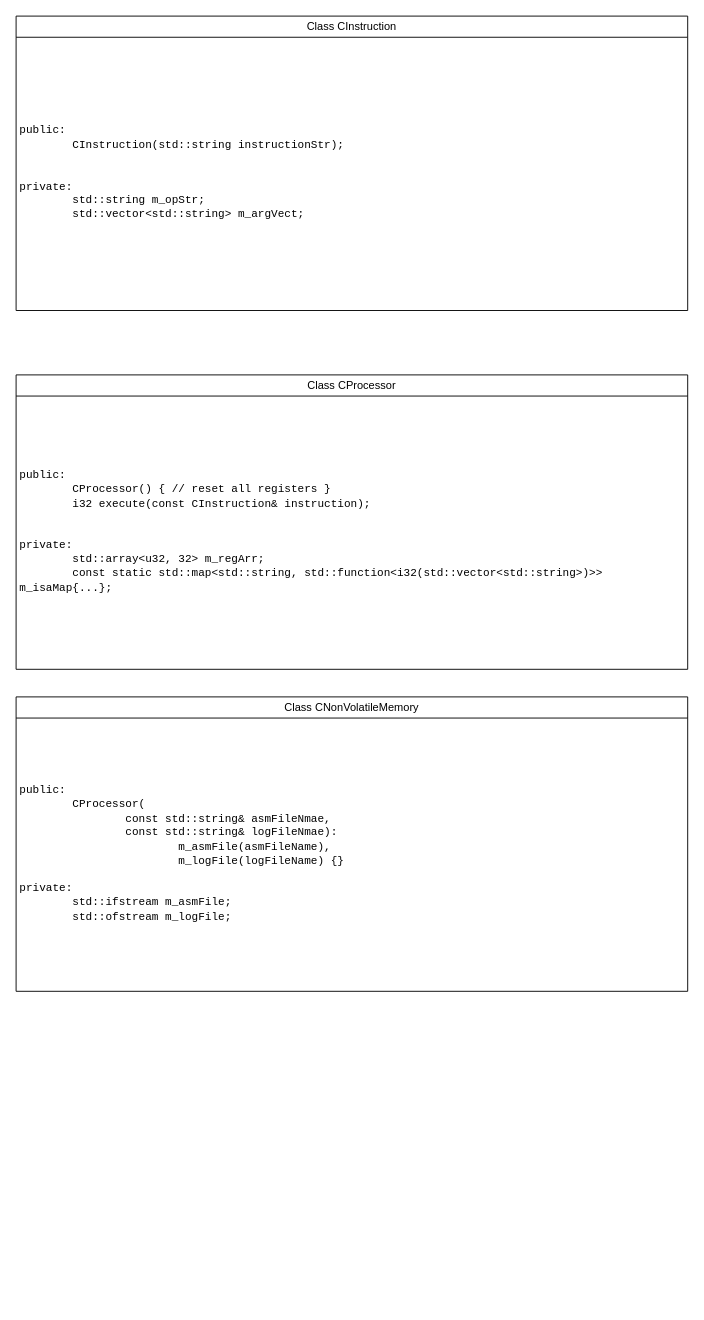
Earlier version of the draw.io diagram diagrams/OOP-architecture.drawio (AliEmad2002/MIPS-EMU). Source tidied: cells renumbered, new cells numbered last; positions are measured from the earlier drawing's top-left corner, leaving out a move shared by most shapes. Both pictures are drawn from the tidied source at 92%, with x=0, y=0 at pixel (16, 16).
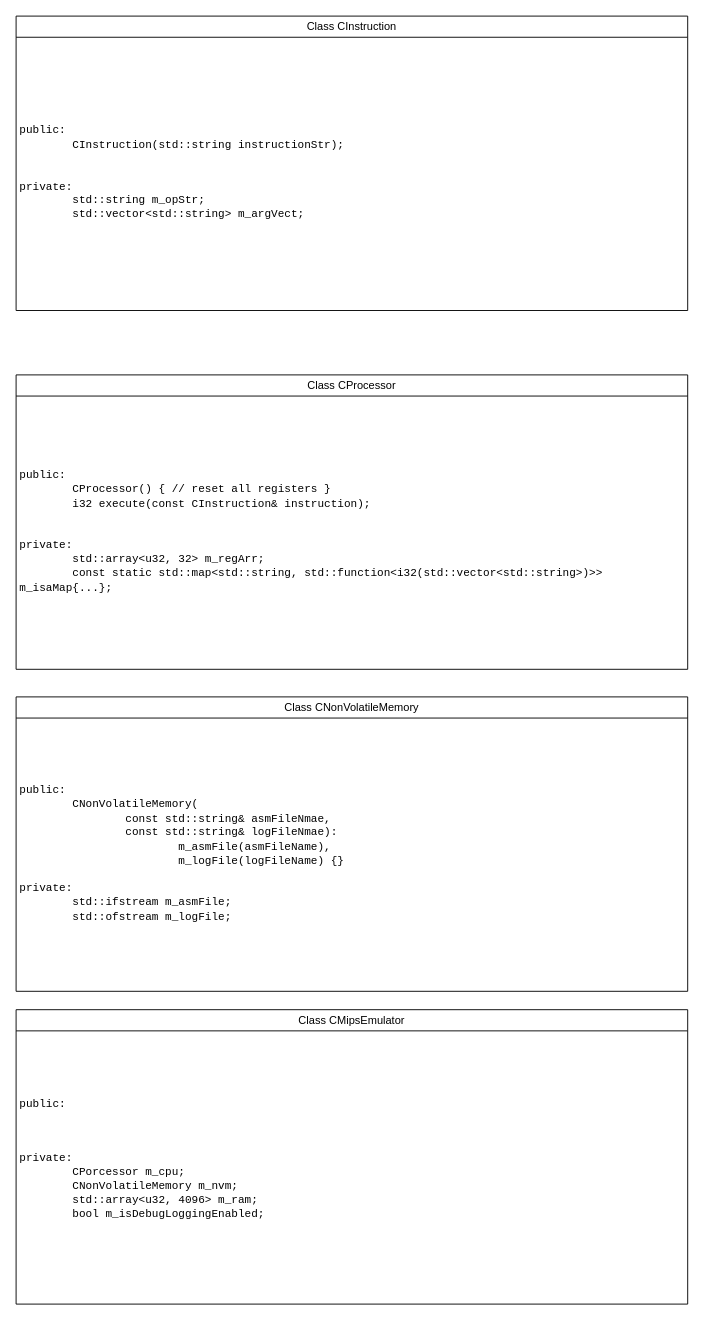
Above is the later version.

What changed in the source:
```diff
@@
 <mxGraphModel>
   <root>
     <mxCell id="0" />
     <mxCell id="1" parent="0" />
     <mxCell id="2" value="&lt;span style=&quot;font-weight: 400;&quot;&gt;Class C&lt;/span&gt;&lt;span style=&quot;font-weight: 400;&quot;&gt;Instruction&lt;/span&gt;" style="swimlane;whiteSpace=wrap;html=1;" parent="1" vertex="1">
       <mxGeometry width="730" height="320" as="geometry" />
     </mxCell>
     <mxCell id="3" value="&lt;font face=&quot;Courier New&quot;&gt;public:&lt;/font&gt;&lt;div&gt;&lt;font face=&quot;Courier New&quot;&gt;&lt;span style=&quot;white-space: pre;&quot;&gt;&#9;&lt;/span&gt;CInstruction(std::string instructionStr);&lt;/font&gt;&lt;/div&gt;&lt;div&gt;&lt;font face=&quot;Courier New&quot;&gt;&lt;br&gt;&lt;/font&gt;&lt;/div&gt;&lt;div&gt;&lt;br&gt;&lt;/div&gt;&lt;div&gt;&lt;font face=&quot;Courier New&quot;&gt;private:&lt;/font&gt;&lt;/div&gt;&lt;div&gt;&lt;font face=&quot;Courier New&quot;&gt;&lt;span style=&quot;white-space: pre;&quot;&gt;&#9;&lt;/span&gt;std::string m_opStr;&lt;/font&gt;&lt;/div&gt;&lt;div&gt;&lt;span style=&quot;font-family: &amp;quot;Courier New&amp;quot;; background-color: transparent; color: light-dark(rgb(0, 0, 0), rgb(255, 255, 255)); white-space: pre;&quot;&gt;&#9;&lt;/span&gt;&lt;span style=&quot;font-family: &amp;quot;Courier New&amp;quot;; background-color: transparent; color: light-dark(rgb(0, 0, 0), rgb(255, 255, 255));&quot;&gt;std::vector&amp;lt;std::string&amp;gt; m_argVect;&lt;/span&gt;&lt;/div&gt;" style="text;html=1;whiteSpace=wrap;strokeColor=none;fillColor=none;align=left;verticalAlign=middle;rounded=0;" parent="2" vertex="1">
       <mxGeometry x="2" y="20" width="728" height="300" as="geometry" />
     </mxCell>
     <mxCell id="4" value="&lt;span style=&quot;font-weight: 400;&quot;&gt;Class CProcessor&lt;/span&gt;" style="swimlane;whiteSpace=wrap;html=1;" parent="1" vertex="1">
       <mxGeometry y="390" width="730" height="320" as="geometry" />
     </mxCell>
     <mxCell id="5" value="&lt;font face=&quot;Courier New&quot;&gt;public:&lt;/font&gt;&lt;div&gt;&lt;font face=&quot;Courier New&quot;&gt;&lt;span style=&quot;white-space: pre;&quot;&gt;&#9;&lt;/span&gt;CProcessor() { // reset all registers }&lt;/font&gt;&lt;font face=&quot;Courier New&quot;&gt;&lt;br&gt;&lt;/font&gt;&lt;div&gt;&lt;font face=&quot;Courier New&quot;&gt;&lt;span style=&quot;white-space: pre;&quot;&gt;&#9;&lt;/span&gt;i32 execute(const&amp;nbsp;&lt;/font&gt;&lt;span style=&quot;font-family: &amp;quot;Courier New&amp;quot;;&quot;&gt;CInstruction&amp;amp; instruction);&lt;/span&gt;&lt;font face=&quot;Courier New&quot;&gt;&lt;br&gt;&lt;/font&gt;&lt;div&gt;&lt;font face=&quot;Courier New&quot;&gt;&lt;br&gt;&lt;/font&gt;&lt;/div&gt;&lt;div&gt;&lt;br&gt;&lt;/div&gt;&lt;div&gt;&lt;font face=&quot;Courier New&quot;&gt;private:&lt;/font&gt;&lt;/div&gt;&lt;div&gt;&lt;font face=&quot;Courier New&quot;&gt;&lt;span style=&quot;white-space: pre;&quot;&gt;&#9;&lt;/span&gt;std::array&amp;lt;u32, 32&amp;gt; m_regArr;&lt;br&gt;&lt;/font&gt;&lt;/div&gt;&lt;div&gt;&lt;font face=&quot;Courier New&quot; style=&quot;background-color: transparent; color: light-dark(rgb(0, 0, 0), rgb(255, 255, 255));&quot;&gt;&lt;span style=&quot;white-space: pre;&quot;&gt;&#9;&lt;/span&gt;const static std::map&amp;lt;std::string, std::function&amp;lt;i32(&lt;/font&gt;&lt;span style=&quot;background-color: transparent; color: light-dark(rgb(0, 0, 0), rgb(255, 255, 255)); font-family: &amp;quot;Courier New&amp;quot;;&quot;&gt;std::vector&amp;lt;std::string&amp;gt;&lt;/span&gt;&lt;font face=&quot;Courier New&quot; style=&quot;background-color: transparent; color: light-dark(rgb(0, 0, 0), rgb(255, 255, 255));&quot;&gt;)&amp;gt;&amp;gt; m_isaMap{...};&lt;/font&gt;&lt;/div&gt;&lt;/div&gt;&lt;/div&gt;" style="text;html=1;whiteSpace=wrap;strokeColor=none;fillColor=none;align=left;verticalAlign=middle;rounded=0;" parent="4" vertex="1">
       <mxGeometry x="2" y="20" width="728" height="300" as="geometry" />
     </mxCell>
     <mxCell id="6" value="&lt;span style=&quot;font-weight: 400;&quot;&gt;Class CNonVolatileMemory&lt;/span&gt;" style="swimlane;whiteSpace=wrap;html=1;" parent="1" vertex="1">
       <mxGeometry y="740" width="730" height="320" as="geometry" />
     </mxCell>
-    <mxCell id="7" value="&lt;font face=&quot;Courier New&quot;&gt;public:&lt;/font&gt;&lt;div&gt;&lt;font face=&quot;Courier New&quot;&gt;&lt;span style=&quot;white-space: pre;&quot;&gt;&#9;&lt;/span&gt;CProcessor(&lt;/font&gt;&lt;/div&gt;&lt;div&gt;&lt;span style=&quot;font-family: &amp;quot;Courier New&amp;quot;; background-color: transparent; color: light-dark(rgb(0, 0, 0), rgb(255, 255, 255));&quot;&gt;&lt;span style=&quot;white-space: pre;&quot;&gt;&#9;&lt;/span&gt;&lt;span style=&quot;white-space: pre;&quot;&gt;&#9;&lt;/span&gt;const std::string&amp;amp; asmFileNmae,&lt;/span&gt;&lt;/div&gt;&lt;div&gt;&lt;span style=&quot;font-family: &amp;quot;Courier New&amp;quot;; background-color: transparent; color: light-dark(rgb(0, 0, 0), rgb(255, 255, 255));&quot;&gt;&lt;span style=&quot;white-space: pre;&quot;&gt;&#9;&lt;/span&gt;&lt;span style=&quot;white-space: pre;&quot;&gt;&#9;&lt;/span&gt;const std::string&amp;amp; logFileNmae):&lt;/span&gt;&lt;/div&gt;&lt;div&gt;&lt;span style=&quot;font-family: &amp;quot;Courier New&amp;quot;; white-space: pre;&quot;&gt;&#9;&lt;/span&gt;&lt;span style=&quot;font-family: &amp;quot;Courier New&amp;quot;; white-space: pre;&quot;&gt;&#9;&lt;/span&gt;&lt;span style=&quot;font-family: &amp;quot;Courier New&amp;quot;; white-space: pre;&quot;&gt;&#9;&lt;/span&gt;&lt;span style=&quot;font-family: &amp;quot;Courier New&amp;quot;;&quot;&gt;m_&lt;/span&gt;&lt;span style=&quot;font-family: &amp;quot;Courier New&amp;quot;; background-color: transparent; color: light-dark(rgb(0, 0, 0), rgb(255, 255, 255));&quot;&gt;asm&lt;/span&gt;&lt;span style=&quot;font-family: &amp;quot;Courier New&amp;quot;; background-color: transparent; color: light-dark(rgb(0, 0, 0), rgb(255, 255, 255));&quot;&gt;File(asmFileName),&lt;/span&gt;&lt;/div&gt;&lt;div&gt;&lt;span style=&quot;font-family: &amp;quot;Courier New&amp;quot;; background-color: transparent; color: light-dark(rgb(0, 0, 0), rgb(255, 255, 255));&quot;&gt;&lt;span style=&quot;white-space: pre;&quot;&gt;&#9;&lt;/span&gt;&lt;span style=&quot;white-space: pre;&quot;&gt;&#9;&lt;/span&gt;&lt;span style=&quot;white-space: pre;&quot;&gt;&#9;&lt;/span&gt;m_logFile(logFileName) {}&lt;/span&gt;&lt;/div&gt;&lt;div&gt;&lt;div&gt;&lt;div&gt;&lt;br&gt;&lt;/div&gt;&lt;div&gt;&lt;font face=&quot;Courier New&quot;&gt;private:&lt;/font&gt;&lt;/div&gt;&lt;/div&gt;&lt;div&gt;&lt;font face=&quot;Courier New&quot;&gt;&lt;span style=&quot;white-space: pre;&quot;&gt;&#9;&lt;/span&gt;std::ifstream m_asmFile;&lt;br&gt;&lt;/font&gt;&lt;/div&gt;&lt;div&gt;&lt;font face=&quot;Courier New&quot; style=&quot;background-color: transparent; color: light-dark(rgb(0, 0, 0), rgb(255, 255, 255));&quot;&gt;&lt;span style=&quot;white-space: pre;&quot;&gt;&#9;&lt;/span&gt;std::ofstream m_logFile;&lt;br&gt;&lt;/font&gt;&lt;/div&gt;&lt;/div&gt;" style="text;html=1;whiteSpace=wrap;strokeColor=none;fillColor=none;align=left;verticalAlign=middle;rounded=0;" parent="6" vertex="1">
+    <mxCell id="7" value="&lt;font face=&quot;Courier New&quot;&gt;public:&lt;/font&gt;&lt;div&gt;&lt;font face=&quot;Courier New&quot;&gt;&lt;span style=&quot;white-space: pre;&quot;&gt;&#9;&lt;/span&gt;CNonVolatileMemory(&lt;/font&gt;&lt;/div&gt;&lt;div&gt;&lt;span style=&quot;font-family: &amp;quot;Courier New&amp;quot;; background-color: transparent; color: light-dark(rgb(0, 0, 0), rgb(255, 255, 255));&quot;&gt;&lt;span style=&quot;white-space: pre;&quot;&gt;&#9;&lt;/span&gt;&lt;span style=&quot;white-space: pre;&quot;&gt;&#9;&lt;/span&gt;const std::string&amp;amp; asmFileNmae,&lt;/span&gt;&lt;/div&gt;&lt;div&gt;&lt;span style=&quot;font-family: &amp;quot;Courier New&amp;quot;; background-color: transparent; color: light-dark(rgb(0, 0, 0), rgb(255, 255, 255));&quot;&gt;&lt;span style=&quot;white-space: pre;&quot;&gt;&#9;&lt;/span&gt;&lt;span style=&quot;white-space: pre;&quot;&gt;&#9;&lt;/span&gt;const std::string&amp;amp; logFileNmae):&lt;/span&gt;&lt;/div&gt;&lt;div&gt;&lt;span style=&quot;font-family: &amp;quot;Courier New&amp;quot;; white-space: pre;&quot;&gt;&#9;&lt;/span&gt;&lt;span style=&quot;font-family: &amp;quot;Courier New&amp;quot;; white-space: pre;&quot;&gt;&#9;&lt;/span&gt;&lt;span style=&quot;font-family: &amp;quot;Courier New&amp;quot;; white-space: pre;&quot;&gt;&#9;&lt;/span&gt;&lt;span style=&quot;font-family: &amp;quot;Courier New&amp;quot;;&quot;&gt;m_&lt;/span&gt;&lt;span style=&quot;font-family: &amp;quot;Courier New&amp;quot;; background-color: transparent; color: light-dark(rgb(0, 0, 0), rgb(255, 255, 255));&quot;&gt;asm&lt;/span&gt;&lt;span style=&quot;font-family: &amp;quot;Courier New&amp;quot;; background-color: transparent; color: light-dark(rgb(0, 0, 0), rgb(255, 255, 255));&quot;&gt;File(asmFileName),&lt;/span&gt;&lt;/div&gt;&lt;div&gt;&lt;span style=&quot;font-family: &amp;quot;Courier New&amp;quot;; background-color: transparent; color: light-dark(rgb(0, 0, 0), rgb(255, 255, 255));&quot;&gt;&lt;span style=&quot;white-space: pre;&quot;&gt;&#9;&lt;/span&gt;&lt;span style=&quot;white-space: pre;&quot;&gt;&#9;&lt;/span&gt;&lt;span style=&quot;white-space: pre;&quot;&gt;&#9;&lt;/span&gt;m_logFile(logFileName) {}&lt;/span&gt;&lt;/div&gt;&lt;div&gt;&lt;div&gt;&lt;div&gt;&lt;br&gt;&lt;/div&gt;&lt;div&gt;&lt;font face=&quot;Courier New&quot;&gt;private:&lt;/font&gt;&lt;/div&gt;&lt;/div&gt;&lt;div&gt;&lt;font face=&quot;Courier New&quot;&gt;&lt;span style=&quot;white-space: pre;&quot;&gt;&#9;&lt;/span&gt;std::ifstream m_asmFile;&lt;br&gt;&lt;/font&gt;&lt;/div&gt;&lt;div&gt;&lt;font face=&quot;Courier New&quot; style=&quot;background-color: transparent; color: light-dark(rgb(0, 0, 0), rgb(255, 255, 255));&quot;&gt;&lt;span style=&quot;white-space: pre;&quot;&gt;&#9;&lt;/span&gt;std::ofstream m_logFile;&lt;br&gt;&lt;/font&gt;&lt;/div&gt;&lt;/div&gt;" style="text;html=1;whiteSpace=wrap;strokeColor=none;fillColor=none;align=left;verticalAlign=middle;rounded=0;" parent="6" vertex="1">
       <mxGeometry x="2" y="20" width="728" height="300" as="geometry" />
     </mxCell>
+    <mxCell id="8" value="&lt;span style=&quot;font-weight: 400;&quot;&gt;Class CMipsEmulator&lt;/span&gt;" style="swimlane;whiteSpace=wrap;html=1;" parent="1" vertex="1">
+      <mxGeometry y="1080" width="730" height="320" as="geometry" />
+    </mxCell>
+    <mxCell id="9" value="&lt;font face=&quot;Courier New&quot;&gt;public:&lt;/font&gt;&lt;div&gt;&lt;br&gt;&lt;/div&gt;&lt;div&gt;&lt;div&gt;&lt;div&gt;&lt;br&gt;&lt;/div&gt;&lt;div&gt;&lt;br&gt;&lt;/div&gt;&lt;div&gt;&lt;font face=&quot;Courier New&quot;&gt;private:&lt;/font&gt;&lt;/div&gt;&lt;/div&gt;&lt;/div&gt;&lt;div&gt;&lt;font face=&quot;Courier New&quot;&gt;&lt;span style=&quot;white-space: pre;&quot;&gt;&#9;&lt;/span&gt;CPorcessor m_cpu;&lt;br&gt;&lt;/font&gt;&lt;/div&gt;&lt;div&gt;&lt;font face=&quot;Courier New&quot;&gt;&lt;span style=&quot;white-space: pre;&quot;&gt;&#9;&lt;/span&gt;CNonVolatileMemory m_nvm;&lt;/font&gt;&lt;/div&gt;&lt;div&gt;&lt;span style=&quot;background-color: transparent; color: light-dark(rgb(0, 0, 0), rgb(255, 255, 255)); font-family: &amp;quot;Courier New&amp;quot;; white-space: pre;&quot;&gt;&#9;&lt;/span&gt;&lt;span style=&quot;background-color: transparent; color: light-dark(rgb(0, 0, 0), rgb(255, 255, 255)); font-family: &amp;quot;Courier New&amp;quot;;&quot;&gt;std::array&amp;lt;u32, 4096&amp;gt; m_ram;&lt;/span&gt;&lt;/div&gt;&lt;div&gt;&lt;span style=&quot;background-color: transparent; color: light-dark(rgb(0, 0, 0), rgb(255, 255, 255)); font-family: &amp;quot;Courier New&amp;quot;;&quot;&gt;&lt;span style=&quot;white-space: pre;&quot;&gt;&#9;&lt;/span&gt;bool m_isDebugLoggingEnabled;&lt;br&gt;&lt;/span&gt;&lt;/div&gt;&lt;div&gt;&lt;font face=&quot;Courier New&quot;&gt;&lt;br&gt;&lt;/font&gt;&lt;/div&gt;" style="text;html=1;whiteSpace=wrap;strokeColor=none;fillColor=none;align=left;verticalAlign=middle;rounded=0;" parent="8" vertex="1">
+      <mxGeometry x="2" y="20" width="728" height="300" as="geometry" />
+    </mxCell>
   </root>
 </mxGraphModel>
```
